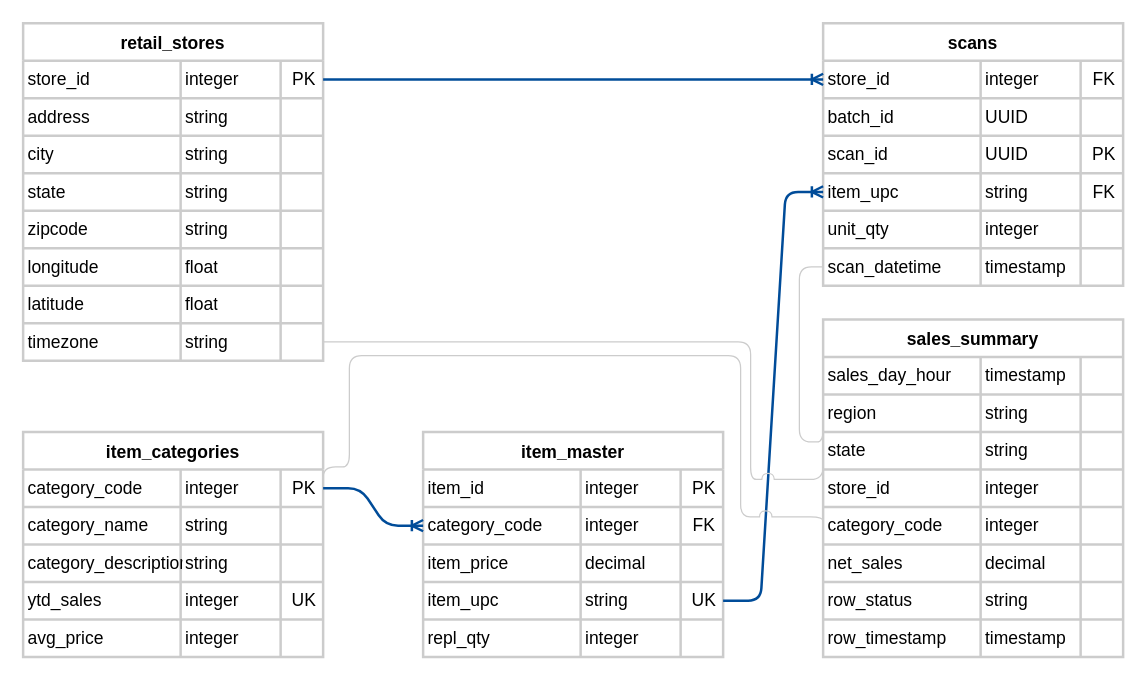
This is page "tables" (1 of 3) of doc/images/diagrams.drawio from corourke/acme, a draw.io file, before an edit. Source tidied: cells renumbered, new cells numbered last; positions are measured from the earlier drawing's top-left corner, leaving out a move shared by most shapes. Both pictures are drawn from the tidied source at 125%, with x=0, y=0 at pixel (22, 22).
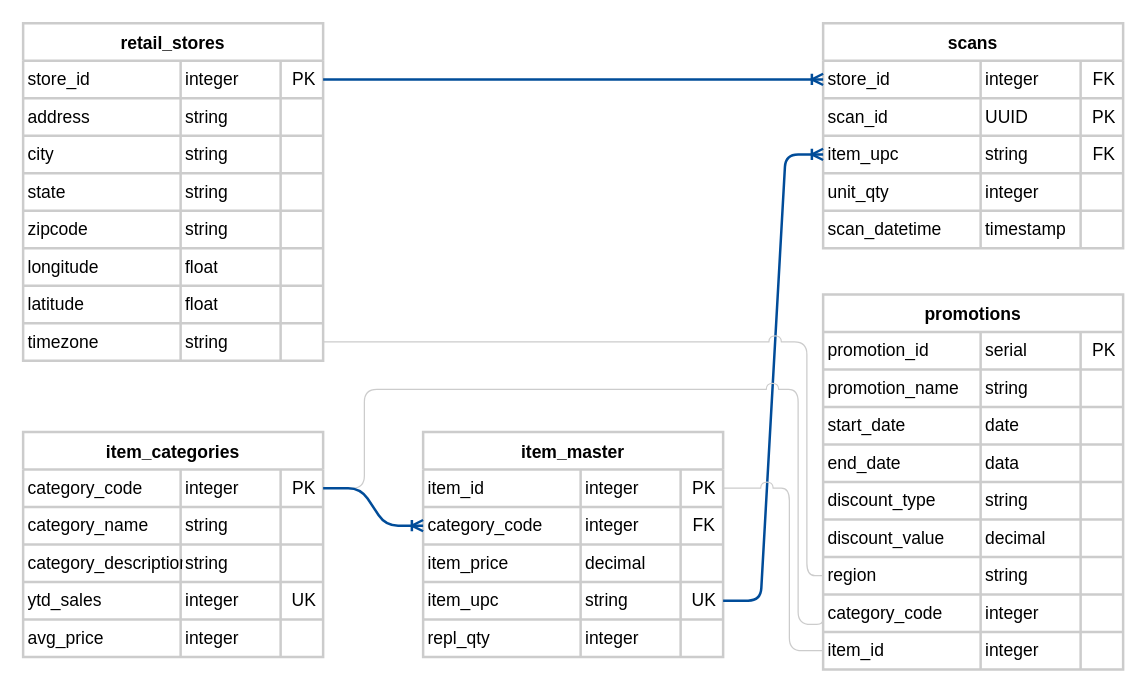
After the change.

The change refers to these unchanged cells:
```xml
<mxCell id="56" style="shape=tableRow;horizontal=0;startSize=0;swimlaneHead=0;swimlaneBody=0;strokeColor=#CCCCCC;top=0;left=0;bottom=0;right=0;fillColor=none;points=[[0,0.5],[1,0.5]];portConstraint=eastwest;fontSize=14;" parent="27" vertex="1">
  <mxGeometry y="240" width="240" height="30" as="geometry" />
</mxCell>
<mxCell id="61" style="shape=tableRow;horizontal=0;startSize=0;swimlaneHead=0;swimlaneBody=0;strokeColor=#CCCCCC;top=0;left=0;bottom=0;right=0;fillColor=none;points=[[0,0.5],[1,0.5]];portConstraint=eastwest;fontSize=14;" parent="60" vertex="1">
  <mxGeometry y="30" width="240" height="30" as="geometry" />
</mxCell>
<mxCell id="82" style="shape=tableRow;horizontal=0;startSize=0;swimlaneHead=0;swimlaneBody=0;strokeColor=#CCCCCC;top=0;left=0;bottom=0;right=0;fillColor=none;points=[[0,0.5],[1,0.5]];portConstraint=eastwest;fontSize=14;" parent="81" vertex="1">
  <mxGeometry y="30" width="240" height="30" as="geometry" />
</mxCell>
<mxCell id="104" style="shape=tableRow;horizontal=0;startSize=0;swimlaneHead=0;swimlaneBody=0;strokeColor=#CCCCCC;top=0;left=0;bottom=0;right=0;fillColor=none;points=[[0,0.5],[1,0.5]];portConstraint=eastwest;fontSize=14;" parent="103" vertex="1">
  <mxGeometry y="30" width="240" height="30" as="geometry" />
</mxCell>
<mxCell id="108" style="shape=tableRow;horizontal=0;startSize=0;swimlaneHead=0;swimlaneBody=0;strokeColor=#CCCCCC;top=0;left=0;bottom=0;right=0;fillColor=none;points=[[0,0.5],[1,0.5]];portConstraint=eastwest;fontSize=14;" parent="103" vertex="1">
  <mxGeometry y="60" width="240" height="30" as="geometry" />
</mxCell>
<mxCell id="112" style="shape=tableRow;horizontal=0;startSize=0;swimlaneHead=0;swimlaneBody=0;strokeColor=#CCCCCC;top=0;left=0;bottom=0;right=0;fillColor=none;fontSize=14;" parent="103" vertex="1">
  <mxGeometry y="90" width="240" height="30" as="geometry" />
</mxCell>
<mxCell id="116" style="shape=tableRow;horizontal=0;startSize=0;swimlaneHead=0;swimlaneBody=0;strokeColor=#CCCCCC;top=0;left=0;bottom=0;right=0;fillColor=none;fontSize=14;" parent="103" vertex="1">
  <mxGeometry y="120" width="240" height="30" as="geometry" />
</mxCell>
<mxCell id="120" style="shape=tableRow;horizontal=0;startSize=0;swimlaneHead=0;swimlaneBody=0;strokeColor=#CCCCCC;top=0;left=0;bottom=0;right=0;fillColor=none;points=[[0,0.5],[1,0.5]];portConstraint=eastwest;fontSize=14;" parent="103" vertex="1">
  <mxGeometry y="150" width="240" height="30" as="geometry" />
</mxCell>
<mxCell id="124" style="shape=tableRow;horizontal=0;startSize=0;swimlaneHead=0;swimlaneBody=0;strokeColor=#CCCCCC;top=0;left=0;bottom=0;right=0;fillColor=none;fontSize=14;" parent="103" vertex="1">
  <mxGeometry y="180" width="240" height="30" as="geometry" />
</mxCell>
<mxCell id="128" style="shape=tableRow;horizontal=0;startSize=0;swimlaneHead=0;swimlaneBody=0;strokeColor=#CCCCCC;top=0;left=0;bottom=0;right=0;fillColor=none;points=[[0,0.5],[1,0.5]];portConstraint=eastwest;fontSize=14;" parent="103" vertex="1">
  <mxGeometry y="210" width="240" height="30" as="geometry" />
</mxCell>
<mxCell id="132" style="shape=tableRow;horizontal=0;startSize=0;swimlaneHead=0;swimlaneBody=0;strokeColor=#CCCCCC;top=0;left=0;bottom=0;right=0;fillColor=none;points=[[0,0.5],[1,0.5]];portConstraint=eastwest;fontSize=14;" parent="103" vertex="1">
  <mxGeometry y="240" width="240" height="30" as="geometry" />
</mxCell>
```

Diff of the diagram source:
```diff
@@
     <mxCell id="2" value="scans" style="shape=table;startSize=30;childLayout=tableLayout;strokeColor=#CCCCCC;fontSize=14;fontStyle=1;fillColor=default;align=center;strokeWidth=2;perimeterSpacing=1;" parent="1" vertex="1">
-      <mxGeometry x="640" width="240" height="210" as="geometry" />
+      <mxGeometry x="640" width="240" height="180" as="geometry" />
     </mxCell>
@@
-    <mxCell id="7" style="shape=tableRow;horizontal=0;startSize=0;swimlaneHead=0;swimlaneBody=0;strokeColor=#CCCCCC;top=0;left=0;bottom=0;right=0;fillColor=none;fontSize=14;" parent="2" vertex="1">
-      <mxGeometry y="60" width="240" height="30" as="geometry" />
-    </mxCell>
-    <mxCell id="8" value="batch_id" style="shape=partialRectangle;html=1;whiteSpace=wrap;overflow=hidden;top=0;left=0;bottom=0;right=0;fontSize=14;fillColor=none;strokeColor=#CCCCCC;align=left;perimeterSpacing=0;spacing=0;spacingLeft=4;" parent="7" vertex="1">
-      <mxGeometry width="126" height="30" as="geometry" />
-    </mxCell>
-    <mxCell id="9" value="UUID" style="shape=partialRectangle;html=1;whiteSpace=wrap;overflow=hidden;top=0;left=0;bottom=0;right=0;fontSize=14;fillColor=none;strokeColor=inherit;perimeterSpacing=0;spacing=0;spacingLeft=4;align=left;" parent="7" vertex="1">
-      <mxGeometry x="126" width="80" height="30" as="geometry" />
-    </mxCell>
-    <mxCell id="10" style="shape=partialRectangle;html=1;whiteSpace=wrap;overflow=hidden;top=0;left=0;bottom=0;right=0;fontSize=14;fillColor=none;strokeColor=#CCCCCC;perimeterSpacing=0;spacing=0;spacingLeft=4;" parent="7" vertex="1">
-      <mxGeometry x="206" width="34" height="30" as="geometry" />
-    </mxCell>
     <mxCell id="11" style="shape=tableRow;horizontal=0;startSize=0;swimlaneHead=0;swimlaneBody=0;strokeColor=#CCCCCC;top=0;left=0;bottom=0;right=0;fillColor=none;fontSize=14;" parent="2" vertex="1">
-      <mxGeometry y="90" width="240" height="30" as="geometry" />
+      <mxGeometry y="60" width="240" height="30" as="geometry" />
     </mxCell>
@@
     <mxCell id="15" style="shape=tableRow;horizontal=0;startSize=0;swimlaneHead=0;swimlaneBody=0;strokeColor=#CCCCCC;top=0;left=0;bottom=0;right=0;fillColor=none;points=[[0,0.5],[1,0.5]];portConstraint=eastwest;fontSize=14;" parent="2" vertex="1">
-      <mxGeometry y="120" width="240" height="30" as="geometry" />
+      <mxGeometry y="90" width="240" height="30" as="geometry" />
     </mxCell>
@@
     <mxCell id="19" style="shape=tableRow;horizontal=0;startSize=0;swimlaneHead=0;swimlaneBody=0;strokeColor=#CCCCCC;top=0;left=0;bottom=0;right=0;fillColor=none;fontSize=14;" parent="2" vertex="1">
-      <mxGeometry y="150" width="240" height="30" as="geometry" />
+      <mxGeometry y="120" width="240" height="30" as="geometry" />
     </mxCell>
@@
     <mxCell id="23" style="shape=tableRow;horizontal=0;startSize=0;swimlaneHead=0;swimlaneBody=0;strokeColor=#CCCCCC;top=0;left=0;bottom=0;right=0;fillColor=none;points=[[0,0.5],[1,0.5]];portConstraint=eastwest;fontSize=14;" parent="2" vertex="1">
-      <mxGeometry y="180" width="240" height="30" as="geometry" />
+      <mxGeometry y="150" width="240" height="30" as="geometry" />
     </mxCell>
@@
-    <mxCell id="103" value="sales_summary" style="shape=table;startSize=30;childLayout=tableLayout;strokeColor=#CCCCCC;fontSize=14;fontStyle=1;fillColor=default;align=center;strokeWidth=2;perimeterSpacing=1;" parent="1" vertex="1">
-      <mxGeometry x="640" y="237" width="240" height="270" as="geometry" />
+    <mxCell id="103" value="promotions" style="shape=table;startSize=30;childLayout=tableLayout;strokeColor=#CCCCCC;fontSize=14;fontStyle=1;fillColor=default;align=center;strokeWidth=2;perimeterSpacing=1;" parent="1" vertex="1">
+      <mxGeometry x="640" y="217" width="240" height="300" as="geometry" />
     </mxCell>
@@
-    <mxCell id="105" value="sales_day_hour" style="shape=partialRectangle;html=1;whiteSpace=wrap;overflow=hidden;top=0;left=0;bottom=0;right=0;fontSize=14;fillColor=none;strokeColor=#CCCCCC;align=left;perimeterSpacing=0;spacing=0;spacingLeft=4;" parent="104" vertex="1">
+    <mxCell id="105" value="promotion_id" style="shape=partialRectangle;html=1;whiteSpace=wrap;overflow=hidden;top=0;left=0;bottom=0;right=0;fontSize=14;fillColor=none;strokeColor=#CCCCCC;align=left;perimeterSpacing=0;spacing=0;spacingLeft=4;" parent="104" vertex="1">
       <mxGeometry width="126" height="30" as="geometry" />
     </mxCell>
-    <mxCell id="106" value="timestamp" style="shape=partialRectangle;html=1;whiteSpace=wrap;overflow=hidden;top=0;left=0;bottom=0;right=0;fontSize=14;fillColor=none;strokeColor=#CCCCCC;perimeterSpacing=0;spacing=0;spacingLeft=4;align=left;" parent="104" vertex="1">
+    <mxCell id="106" value="serial" style="shape=partialRectangle;html=1;whiteSpace=wrap;overflow=hidden;top=0;left=0;bottom=0;right=0;fontSize=14;fillColor=none;strokeColor=#CCCCCC;perimeterSpacing=0;spacing=0;spacingLeft=4;align=left;" parent="104" vertex="1">
       <mxGeometry x="126" width="80" height="30" as="geometry" />
     </mxCell>
-    <mxCell id="107" style="shape=partialRectangle;html=1;whiteSpace=wrap;overflow=hidden;top=0;left=0;bottom=0;right=0;fontSize=14;fillColor=none;strokeColor=#CCCCCC;perimeterSpacing=0;spacing=0;spacingLeft=4;" parent="104" vertex="1">
+    <mxCell id="107" value="PK" style="shape=partialRectangle;html=1;whiteSpace=wrap;overflow=hidden;top=0;left=0;bottom=0;right=0;fontSize=14;fillColor=none;strokeColor=#CCCCCC;perimeterSpacing=0;spacing=0;spacingLeft=4;" parent="104" vertex="1">
       <mxGeometry x="206" width="34" height="30" as="geometry" />
     </mxCell>
@@
-    <mxCell id="109" value="region" style="shape=partialRectangle;html=1;whiteSpace=wrap;overflow=hidden;top=0;left=0;bottom=0;right=0;fontSize=14;fillColor=none;strokeColor=#CCCCCC;align=left;perimeterSpacing=0;spacing=0;spacingLeft=4;" parent="108" vertex="1">
+    <mxCell id="109" value="promotion_name" style="shape=partialRectangle;html=1;whiteSpace=wrap;overflow=hidden;top=0;left=0;bottom=0;right=0;fontSize=14;fillColor=none;strokeColor=#CCCCCC;align=left;perimeterSpacing=0;spacing=0;spacingLeft=4;" parent="108" vertex="1">
       <mxGeometry width="126" height="30" as="geometry" />
     </mxCell>
@@
-    <mxCell id="113" value="state" style="shape=partialRectangle;html=1;whiteSpace=wrap;overflow=hidden;top=0;left=0;bottom=0;right=0;fontSize=14;fillColor=none;strokeColor=#CCCCCC;align=left;perimeterSpacing=0;spacing=0;spacingLeft=4;" parent="112" vertex="1">
+    <mxCell id="113" value="start_date" style="shape=partialRectangle;html=1;whiteSpace=wrap;overflow=hidden;top=0;left=0;bottom=0;right=0;fontSize=14;fillColor=none;strokeColor=#CCCCCC;align=left;perimeterSpacing=0;spacing=0;spacingLeft=4;" parent="112" vertex="1">
       <mxGeometry width="126" height="30" as="geometry" />
     </mxCell>
-    <mxCell id="114" value="string" style="shape=partialRectangle;html=1;whiteSpace=wrap;overflow=hidden;top=0;left=0;bottom=0;right=0;fontSize=14;fillColor=none;strokeColor=inherit;perimeterSpacing=0;spacing=0;spacingLeft=4;align=left;" parent="112" vertex="1">
+    <mxCell id="114" value="date" style="shape=partialRectangle;html=1;whiteSpace=wrap;overflow=hidden;top=0;left=0;bottom=0;right=0;fontSize=14;fillColor=none;strokeColor=inherit;perimeterSpacing=0;spacing=0;spacingLeft=4;align=left;" parent="112" vertex="1">
       <mxGeometry x="126" width="80" height="30" as="geometry" />
     </mxCell>
@@
-    <mxCell id="117" value="store_id" style="shape=partialRectangle;html=1;whiteSpace=wrap;overflow=hidden;top=0;left=0;bottom=0;right=0;fontSize=14;fillColor=none;strokeColor=#CCCCCC;align=left;perimeterSpacing=0;spacing=0;spacingLeft=4;" parent="116" vertex="1">
+    <mxCell id="117" value="end_date" style="shape=partialRectangle;html=1;whiteSpace=wrap;overflow=hidden;top=0;left=0;bottom=0;right=0;fontSize=14;fillColor=none;strokeColor=#CCCCCC;align=left;perimeterSpacing=0;spacing=0;spacingLeft=4;" parent="116" vertex="1">
       <mxGeometry width="126" height="30" as="geometry" />
     </mxCell>
-    <mxCell id="118" value="integer" style="shape=partialRectangle;html=1;whiteSpace=wrap;overflow=hidden;top=0;left=0;bottom=0;right=0;fontSize=14;fillColor=none;strokeColor=inherit;perimeterSpacing=0;spacing=0;spacingLeft=4;align=left;" parent="116" vertex="1">
+    <mxCell id="118" value="data" style="shape=partialRectangle;html=1;whiteSpace=wrap;overflow=hidden;top=0;left=0;bottom=0;right=0;fontSize=14;fillColor=none;strokeColor=inherit;perimeterSpacing=0;spacing=0;spacingLeft=4;align=left;" parent="116" vertex="1">
       <mxGeometry x="126" width="80" height="30" as="geometry" />
     </mxCell>
@@
-    <mxCell id="121" value="category_code" style="shape=partialRectangle;html=1;whiteSpace=wrap;overflow=hidden;top=0;left=0;bottom=0;right=0;fontSize=14;fillColor=none;strokeColor=#CCCCCC;align=left;perimeterSpacing=0;spacing=0;spacingLeft=4;" parent="120" vertex="1">
+    <mxCell id="121" value="discount_type" style="shape=partialRectangle;html=1;whiteSpace=wrap;overflow=hidden;top=0;left=0;bottom=0;right=0;fontSize=14;fillColor=none;strokeColor=#CCCCCC;align=left;perimeterSpacing=0;spacing=0;spacingLeft=4;" parent="120" vertex="1">
       <mxGeometry width="126" height="30" as="geometry" />
     </mxCell>
-    <mxCell id="122" value="integer" style="shape=partialRectangle;html=1;whiteSpace=wrap;overflow=hidden;top=0;left=0;bottom=0;right=0;fontSize=14;fillColor=none;strokeColor=inherit;perimeterSpacing=0;spacing=0;spacingLeft=4;align=left;" parent="120" vertex="1">
+    <mxCell id="122" value="string" style="shape=partialRectangle;html=1;whiteSpace=wrap;overflow=hidden;top=0;left=0;bottom=0;right=0;fontSize=14;fillColor=none;strokeColor=inherit;perimeterSpacing=0;spacing=0;spacingLeft=4;align=left;" parent="120" vertex="1">
       <mxGeometry x="126" width="80" height="30" as="geometry" />
     </mxCell>
@@
-    <mxCell id="125" value="net_sales" style="shape=partialRectangle;html=1;whiteSpace=wrap;overflow=hidden;top=0;left=0;bottom=0;right=0;fontSize=14;fillColor=none;strokeColor=#CCCCCC;align=left;perimeterSpacing=0;spacing=0;spacingLeft=4;" parent="124" vertex="1">
+    <mxCell id="125" value="discount_value" style="shape=partialRectangle;html=1;whiteSpace=wrap;overflow=hidden;top=0;left=0;bottom=0;right=0;fontSize=14;fillColor=none;strokeColor=#CCCCCC;align=left;perimeterSpacing=0;spacing=0;spacingLeft=4;" parent="124" vertex="1">
       <mxGeometry width="126" height="30" as="geometry" />
     </mxCell>
@@
-    <mxCell id="129" value="row_status" style="shape=partialRectangle;html=1;whiteSpace=wrap;overflow=hidden;top=0;left=0;bottom=0;right=0;fontSize=14;fillColor=none;strokeColor=#CCCCCC;align=left;perimeterSpacing=0;spacing=0;spacingLeft=4;" parent="128" vertex="1">
+    <mxCell id="129" value="region" style="shape=partialRectangle;html=1;whiteSpace=wrap;overflow=hidden;top=0;left=0;bottom=0;right=0;fontSize=14;fillColor=none;strokeColor=#CCCCCC;align=left;perimeterSpacing=0;spacing=0;spacingLeft=4;" parent="128" vertex="1">
       <mxGeometry width="126" height="30" as="geometry" />
     </mxCell>
@@
-    <mxCell id="133" value="row_timestamp" style="shape=partialRectangle;html=1;whiteSpace=wrap;overflow=hidden;top=0;left=0;bottom=0;right=0;fontSize=14;fillColor=none;strokeColor=#CCCCCC;align=left;perimeterSpacing=0;spacing=0;spacingLeft=4;" parent="132" vertex="1">
+    <mxCell id="133" value="category_code" style="shape=partialRectangle;html=1;whiteSpace=wrap;overflow=hidden;top=0;left=0;bottom=0;right=0;fontSize=14;fillColor=none;strokeColor=#CCCCCC;align=left;perimeterSpacing=0;spacing=0;spacingLeft=4;" parent="132" vertex="1">
       <mxGeometry width="126" height="30" as="geometry" />
     </mxCell>
-    <mxCell id="134" value="timestamp" style="shape=partialRectangle;html=1;whiteSpace=wrap;overflow=hidden;top=0;left=0;bottom=0;right=0;fontSize=14;fillColor=none;strokeColor=#CCCCCC;perimeterSpacing=0;spacing=0;spacingLeft=4;align=left;" parent="132" vertex="1">
+    <mxCell id="134" value="integer" style="shape=partialRectangle;html=1;whiteSpace=wrap;overflow=hidden;top=0;left=0;bottom=0;right=0;fontSize=14;fillColor=none;strokeColor=#CCCCCC;perimeterSpacing=0;spacing=0;spacingLeft=4;align=left;" parent="132" vertex="1">
       <mxGeometry x="126" width="80" height="30" as="geometry" />
     </mxCell>
@@
+    <mxCell id="141" style="shape=tableRow;horizontal=0;startSize=0;swimlaneHead=0;swimlaneBody=0;strokeColor=#CCCCCC;top=0;left=0;bottom=0;right=0;fillColor=none;points=[[0,0.5],[1,0.5]];portConstraint=eastwest;fontSize=14;" parent="103" vertex="1">
+      <mxGeometry y="270" width="240" height="30" as="geometry" />
+    </mxCell>
+    <mxCell id="142" value="item_id" style="shape=partialRectangle;html=1;whiteSpace=wrap;overflow=hidden;top=0;left=0;bottom=0;right=0;fontSize=14;fillColor=none;strokeColor=#CCCCCC;align=left;perimeterSpacing=0;spacing=0;spacingLeft=4;" parent="141" vertex="1">
+      <mxGeometry width="126" height="30" as="geometry" />
+    </mxCell>
+    <mxCell id="143" value="integer" style="shape=partialRectangle;html=1;whiteSpace=wrap;overflow=hidden;top=0;left=0;bottom=0;right=0;fontSize=14;fillColor=none;strokeColor=#CCCCCC;perimeterSpacing=0;spacing=0;spacingLeft=4;align=left;" parent="141" vertex="1">
+      <mxGeometry x="126" width="80" height="30" as="geometry" />
+    </mxCell>
+    <mxCell id="10" style="shape=partialRectangle;html=1;whiteSpace=wrap;overflow=hidden;top=0;left=0;bottom=0;right=0;fontSize=14;fillColor=none;strokeColor=#CCCCCC;perimeterSpacing=0;spacing=0;spacingLeft=4;" parent="141" vertex="1">
+      <mxGeometry x="206" width="34" height="30" as="geometry" />
+    </mxCell>
@@
-    <mxCell id="137" style="edgeStyle=orthogonalEdgeStyle;fontSize=14;html=1;endArrow=none;rounded=1;exitX=1;exitY=0.5;exitDx=0;exitDy=0;strokeWidth=1;strokeColor=#CCCCCC;endFill=0;jumpStyle=arc;entryX=0;entryY=0.5;entryDx=0;entryDy=0;jumpSize=10;" parent="1" edge="1" source="56" target="108">
+    <mxCell id="137" style="edgeStyle=orthogonalEdgeStyle;fontSize=14;html=1;endArrow=none;rounded=1;exitX=1;exitY=0.5;exitDx=0;exitDy=0;strokeWidth=1;strokeColor=#CCCCCC;endFill=0;jumpStyle=arc;entryX=0;entryY=0.5;entryDx=0;entryDy=0;jumpSize=10;" parent="1" edge="1" source="56" target="128">
       <mxGeometry relative="1" as="geometry">
         <Array as="points">
-          <mxPoint x="582" y="255" />
-          <mxPoint x="582" y="365" />
+          <mxPoint x="627" y="255" />
+          <mxPoint x="627" y="442" />
         </Array>
       </mxGeometry>
     </mxCell>
-    <mxCell id="138" style="edgeStyle=orthogonalEdgeStyle;fontSize=14;html=1;endArrow=none;rounded=1;strokeWidth=1;strokeColor=#CCCCCC;endFill=0;jumpStyle=arc;jumpSize=10;exitX=1;exitY=0.5;exitDx=0;exitDy=0;entryX=0;entryY=0.5;entryDx=0;entryDy=0;" parent="1" edge="1" source="82" target="120">
+    <mxCell id="138" style="edgeStyle=orthogonalEdgeStyle;fontSize=14;html=1;endArrow=none;rounded=1;strokeWidth=1;strokeColor=#CCCCCC;endFill=0;jumpStyle=arc;jumpSize=10;exitX=1;exitY=0.5;exitDx=0;exitDy=0;entryX=0;entryY=0.5;entryDx=0;entryDy=0;" parent="1" edge="1" source="82" target="132">
       <mxGeometry relative="1" as="geometry">
         <Array as="points">
-          <mxPoint x="261" y="355" />
-          <mxPoint x="261" y="266" />
-          <mxPoint x="574" y="266" />
-          <mxPoint x="574" y="395" />
+          <mxPoint x="273" y="372" />
+          <mxPoint x="273" y="293" />
+          <mxPoint x="620" y="293" />
+          <mxPoint x="620" y="481" />
+          <mxPoint x="640" y="481" />
         </Array>
       </mxGeometry>
     </mxCell>
@@
-    <mxCell id="140" style="edgeStyle=orthogonalEdgeStyle;fontSize=14;html=1;endArrow=none;rounded=1;strokeWidth=1;strokeColor=#CCCCCC;endFill=0;jumpStyle=arc;jumpSize=10;exitX=0;exitY=0.5;exitDx=0;exitDy=0;entryX=0;entryY=0.5;entryDx=0;entryDy=0;" parent="1" edge="1" source="23" target="104">
-      <mxGeometry relative="1" as="geometry">
-        <Array as="points">
-          <mxPoint x="621" y="195" />
-          <mxPoint x="621" y="335" />
-        </Array>
-      </mxGeometry>
-    </mxCell>
+    <mxCell id="144" style="edgeStyle=orthogonalEdgeStyle;fontSize=14;html=1;endArrow=none;rounded=1;strokeWidth=1;strokeColor=#CCCCCC;endFill=0;jumpStyle=arc;jumpSize=10;exitX=1;exitY=0.5;exitDx=0;exitDy=0;entryX=0;entryY=0.5;entryDx=0;entryDy=0;" parent="1" edge="1" source="61" target="141">
+      <mxGeometry relative="1" as="geometry">
+        <Array as="points">
+          <mxPoint x="613" y="372" />
+          <mxPoint x="613" y="502" />
+        </Array>
+      </mxGeometry>
+    </mxCell>
```
